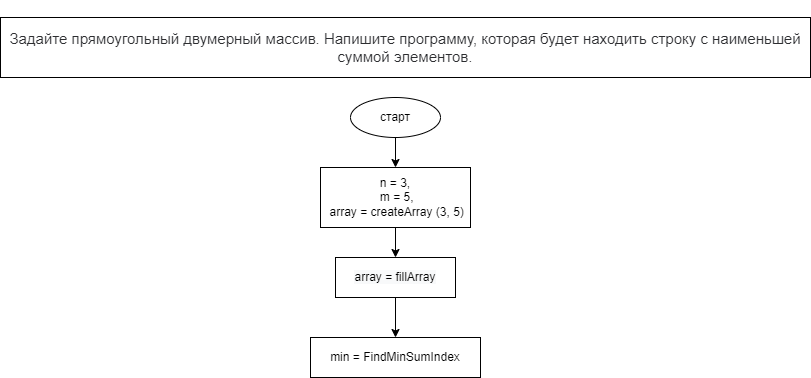
The draw.io diagram DZ8/zadacha56/diagram.drawio.png in ElenaFomenkova/DZ, before a commit. Source tidied: cells renumbered, new cells last; positions are measured from the earlier drawing's top-left corner, leaving out a move shared by most shapes. Its diagram source:
```xml
<mxGraphModel>
  <root>
    <mxCell id="0" />
    <mxCell id="1" parent="0" />
    <mxCell id="2" value="&#10;&#10;&lt;span style=&quot;color: rgb(44, 45, 48); font-family: roboto, &amp;quot;san francisco&amp;quot;, &amp;quot;helvetica neue&amp;quot;, helvetica, arial; font-size: 15px; font-style: normal; font-weight: 400; letter-spacing: normal; text-indent: 0px; text-transform: none; word-spacing: 0px; background-color: rgb(255, 255, 255); display: inline; float: none;&quot;&gt;Задайте прямоугольный двумерный массив. Напишите программу, которая будет находить строку с наименьшей суммой элементов.&lt;/span&gt;&#10;&#10;" style="rounded=0;whiteSpace=wrap;html=1;" parent="1" vertex="1">
      <mxGeometry width="810" height="60" as="geometry" />
    </mxCell>
    <mxCell id="3" style="edgeStyle=none;html=1;" parent="1" edge="1" source="4" target="6">
      <mxGeometry relative="1" as="geometry" />
    </mxCell>
    <mxCell id="4" value="старт" style="ellipse;whiteSpace=wrap;html=1;" parent="1" vertex="1">
      <mxGeometry x="350" y="80" width="90" height="40" as="geometry" />
    </mxCell>
    <mxCell id="5" style="edgeStyle=none;html=1;" parent="1" edge="1" source="6" target="8">
      <mxGeometry relative="1" as="geometry" />
    </mxCell>
    <mxCell id="6" value="n = 3,&lt;br&gt;&amp;nbsp;m = 5,&lt;br&gt;&amp;nbsp;array = createArray (3, 5)" style="rounded=0;whiteSpace=wrap;html=1;" parent="1" vertex="1">
      <mxGeometry x="320" y="150" width="150" height="60" as="geometry" />
    </mxCell>
    <mxCell id="7" style="edgeStyle=none;html=1;" parent="1" edge="1" source="8" target="9">
      <mxGeometry relative="1" as="geometry" />
    </mxCell>
    <mxCell id="8" value="&lt;span style=&quot;color: rgb(0 , 0 , 0) ; font-family: &amp;#34;helvetica&amp;#34; ; font-size: 12px ; font-style: normal ; font-weight: 400 ; letter-spacing: normal ; text-align: center ; text-indent: 0px ; text-transform: none ; word-spacing: 0px ; background-color: rgb(248 , 249 , 250) ; display: inline ; float: none&quot;&gt;array = fillArray&lt;/span&gt;" style="rounded=0;whiteSpace=wrap;html=1;" parent="1" vertex="1">
      <mxGeometry x="335" y="240" width="120" height="40" as="geometry" />
    </mxCell>
    <mxCell id="9" value="min = FindMinSumIndex" style="rounded=0;whiteSpace=wrap;html=1;" parent="1" vertex="1">
      <mxGeometry x="310" y="320" width="170" height="40" as="geometry" />
    </mxCell>
  </root>
</mxGraphModel>
```
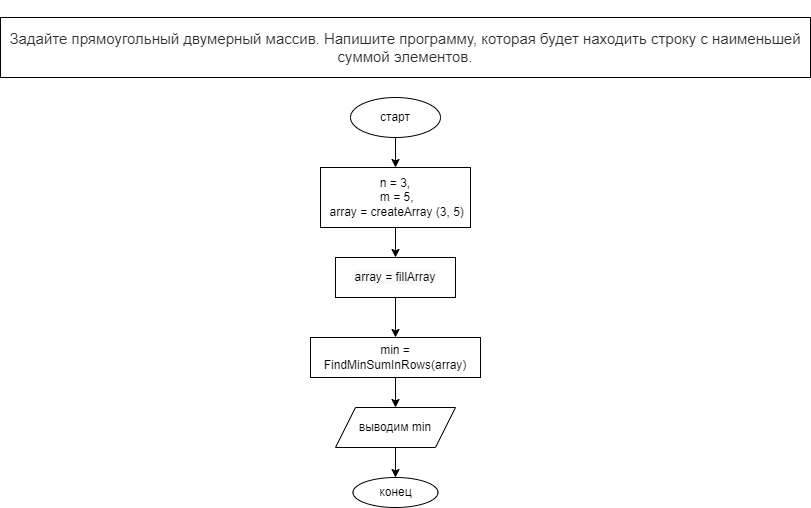
The same file after the commit.

What changed in the source:
```diff
@@ -23,8 +23,20 @@
     <mxCell id="8" value="&lt;span style=&quot;color: rgb(0 , 0 , 0) ; font-family: &amp;#34;helvetica&amp;#34; ; font-size: 12px ; font-style: normal ; font-weight: 400 ; letter-spacing: normal ; text-align: center ; text-indent: 0px ; text-transform: none ; word-spacing: 0px ; background-color: rgb(248 , 249 , 250) ; display: inline ; float: none&quot;&gt;array = fillArray&lt;/span&gt;" style="rounded=0;whiteSpace=wrap;html=1;" parent="1" vertex="1">
       <mxGeometry x="335" y="240" width="120" height="40" as="geometry" />
     </mxCell>
+    <mxCell id="10" style="edgeStyle=none;html=1;" parent="1" edge="1" source="9" target="12">
+      <mxGeometry relative="1" as="geometry" />
+    </mxCell>
-    <mxCell id="9" value="min = FindMinSumIndex" style="rounded=0;whiteSpace=wrap;html=1;" parent="1" vertex="1">
+    <mxCell id="9" value="min = FindMinSumInRows(array)" style="rounded=0;whiteSpace=wrap;html=1;" parent="1" vertex="1">
       <mxGeometry x="310" y="320" width="170" height="40" as="geometry" />
     </mxCell>
+    <mxCell id="11" style="edgeStyle=none;html=1;" parent="1" edge="1" source="12" target="13">
+      <mxGeometry relative="1" as="geometry" />
+    </mxCell>
+    <mxCell id="12" value="выводим min" style="shape=parallelogram;perimeter=parallelogramPerimeter;whiteSpace=wrap;html=1;fixedSize=1;" parent="1" vertex="1">
+      <mxGeometry x="335" y="390" width="120" height="40" as="geometry" />
+    </mxCell>
+    <mxCell id="13" value="конец" style="ellipse;whiteSpace=wrap;html=1;" parent="1" vertex="1">
+      <mxGeometry x="352.5" y="460" width="85" height="30" as="geometry" />
+    </mxCell>
   </root>
 </mxGraphModel>
```
